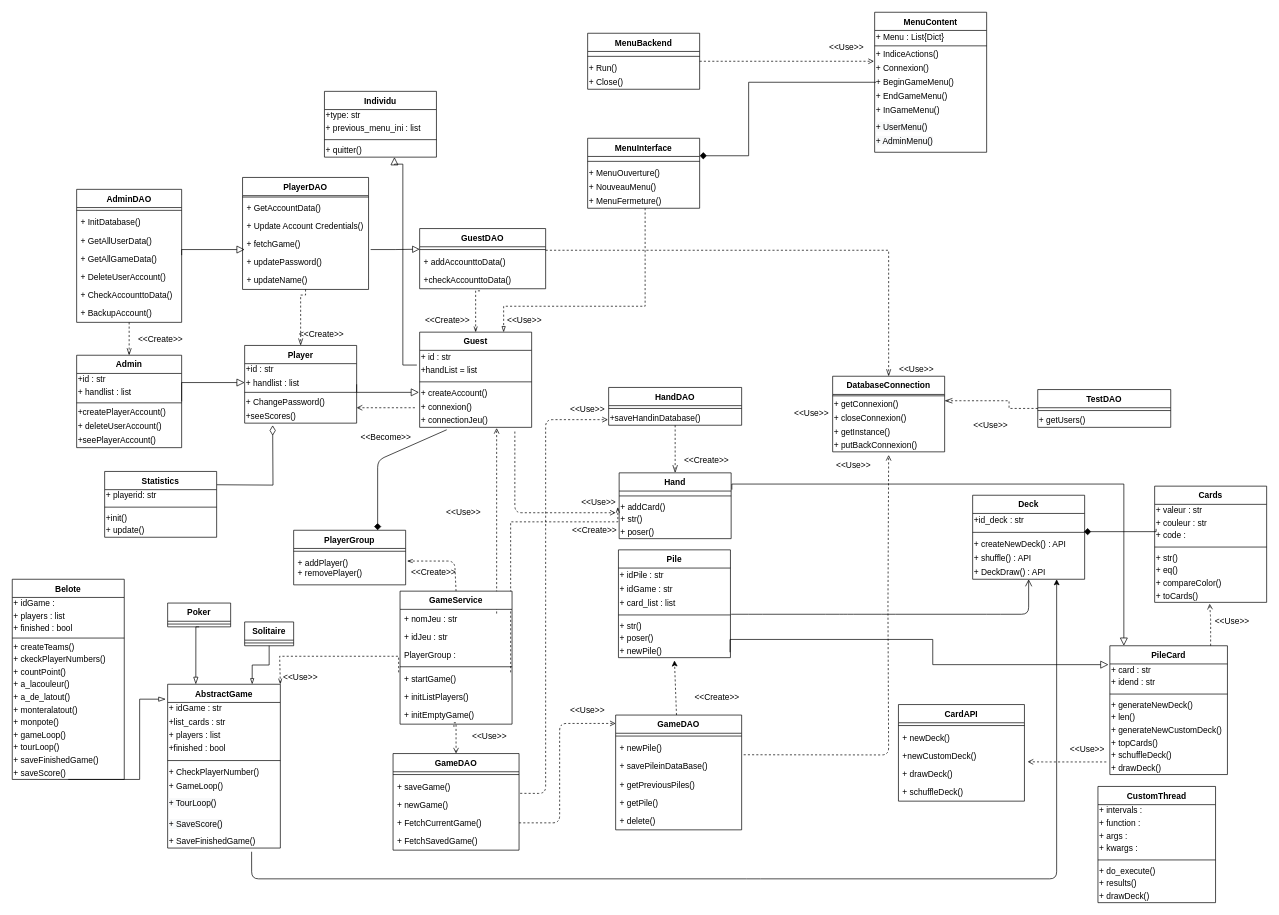
Above: page "Page-2" (2 of 2) of Diagrams/ClassDiagram.drawio in MailineN/ProjetInfo2A (draw.io), before the change. Source tidied: cells renumbered, new cells numbered last; positions are measured from the earlier drawing's top-left corner, leaving out a move shared by most shapes. Both pictures are drawn from the tidied source at 70%, with x=0, y=0 at pixel (12, 12).
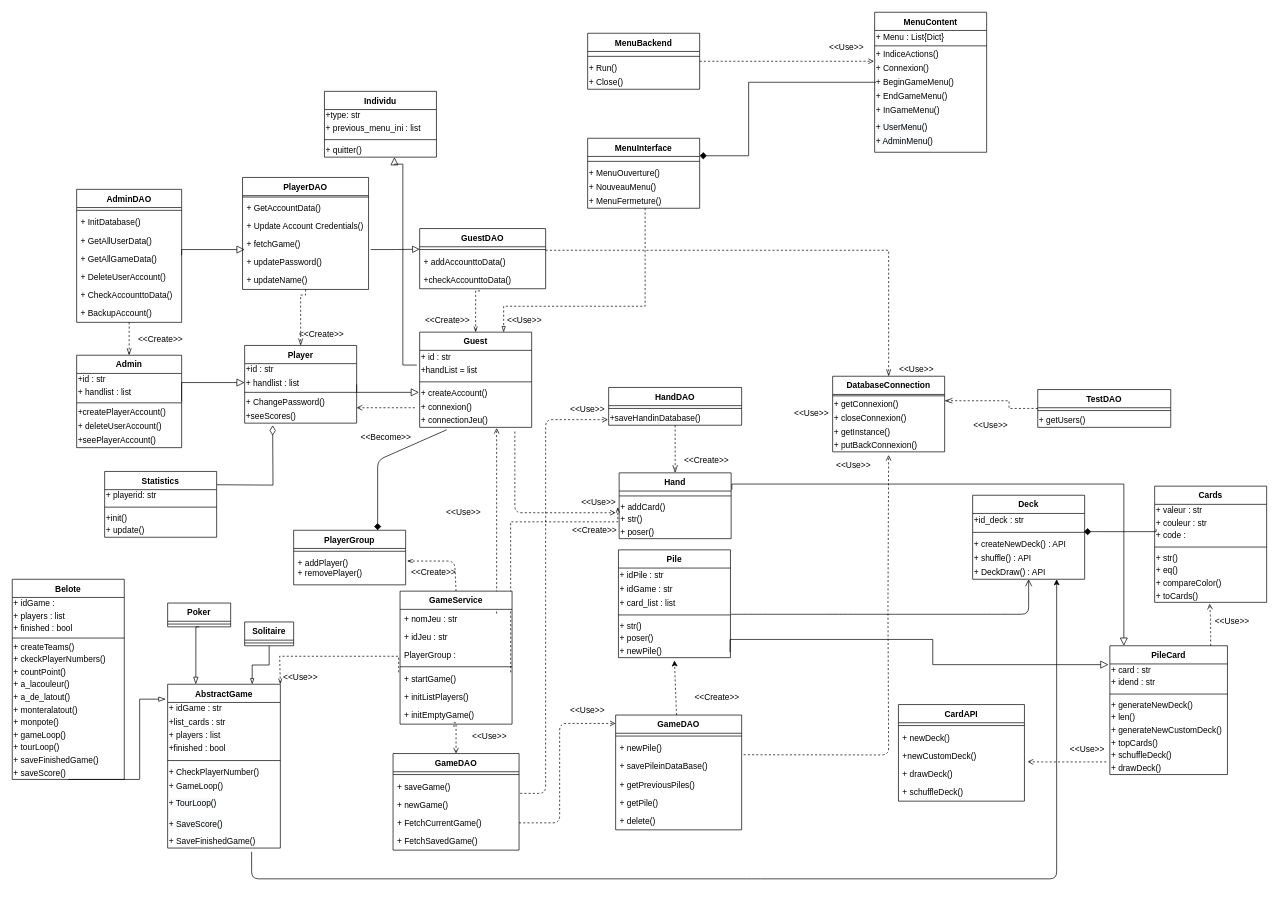
Above is the later version.

What changed in the source:
```diff
@@
-    <mxCell id="239" value="CustomThread" style="swimlane;fontStyle=1;align=center;verticalAlign=top;horizontal=1;startSize=26;fontColor=none;" parent="1" vertex="1">
-      <mxGeometry x="1551" y="1106" width="168" height="166" as="geometry" />
-    </mxCell>
-    <mxCell id="240" value="+ intervals :&amp;nbsp;" style="text;html=1;align=left;verticalAlign=middle;fontColor=none;" parent="239" vertex="1">
-      <mxGeometry y="26" width="168" height="18" as="geometry" />
-    </mxCell>
-    <mxCell id="241" value="+ function :&amp;nbsp;" style="text;html=1;align=left;verticalAlign=middle;fontColor=none;" parent="239" vertex="1">
-      <mxGeometry y="44" width="168" height="18" as="geometry" />
-    </mxCell>
-    <mxCell id="242" value="+ args :&amp;nbsp;" style="text;html=1;align=left;verticalAlign=middle;fontColor=none;" parent="239" vertex="1">
-      <mxGeometry y="62" width="168" height="18" as="geometry" />
-    </mxCell>
-    <mxCell id="243" value="+ kwargs :&amp;nbsp;" style="text;html=1;align=left;verticalAlign=middle;fontColor=none;" parent="239" vertex="1">
-      <mxGeometry y="80" width="168" height="18" as="geometry" />
-    </mxCell>
-    <mxCell id="244" style="line;strokeWidth=1;fillColor=none;align=left;verticalAlign=middle;spacingTop=-1;spacingLeft=3;spacingRight=3;labelPosition=right;" parent="239" vertex="1">
-      <mxGeometry y="98" width="168" height="14" as="geometry" />
-    </mxCell>
-    <mxCell id="245" value="+ do_execute()" style="text;html=1;align=left;verticalAlign=middle;fontColor=none;" parent="239" vertex="1">
-      <mxGeometry y="112" width="168" height="18" as="geometry" />
-    </mxCell>
-    <mxCell id="246" value="+ results()" style="text;html=1;align=left;verticalAlign=middle;fontColor=none;" parent="239" vertex="1">
-      <mxGeometry y="130" width="168" height="18" as="geometry" />
-    </mxCell>
-    <mxCell id="247" value="+ drawDeck()" style="text;html=1;align=left;verticalAlign=middle;fontColor=none;" parent="239" vertex="1">
-      <mxGeometry y="148" width="168" height="18" as="geometry" />
-    </mxCell>
```
